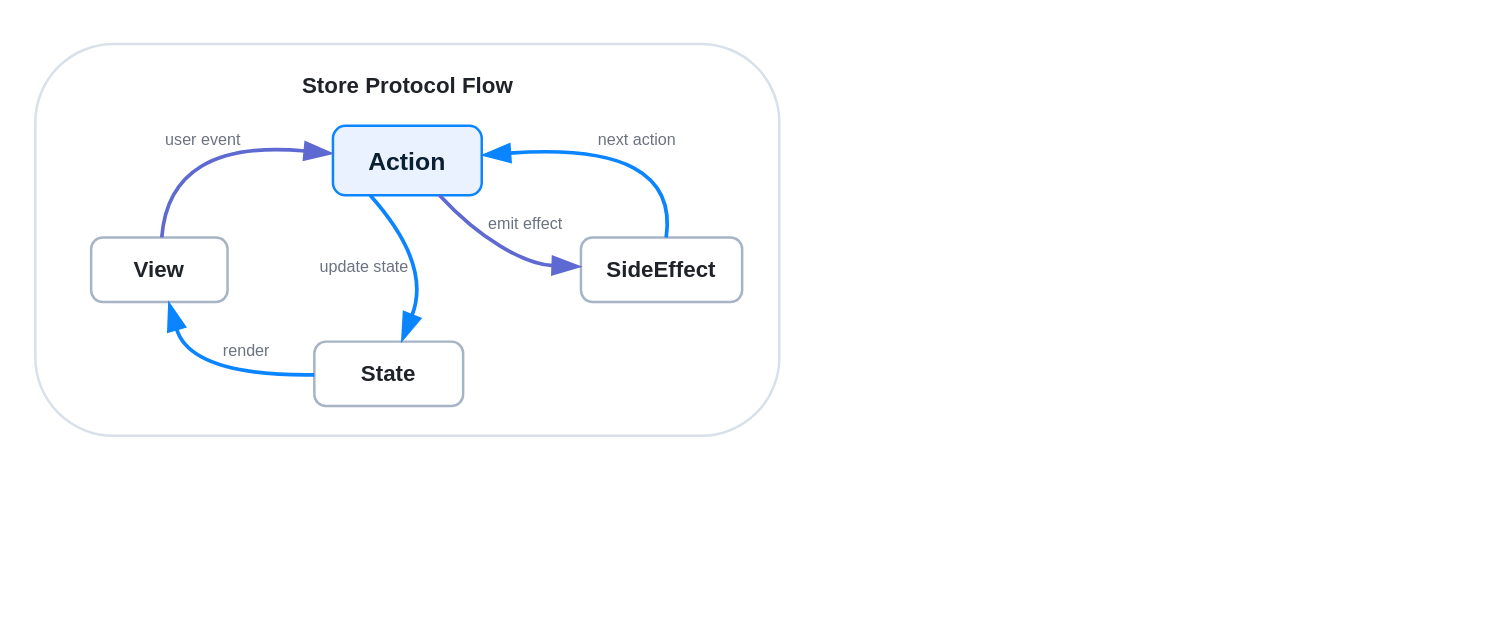
The draw.io diagram page "Store Protocol" (1 of 7) of docs/DevLog.drawio in opficdev/DevLog_iOS, before the edit. Source tidied: cells renumbered, new cells numbered last; positions are measured from the earlier drawing's top-left corner, leaving out a move shared by most shapes. Both pictures are drawn from the tidied source at 124%, with x=0, y=0 at pixel (35, 43).
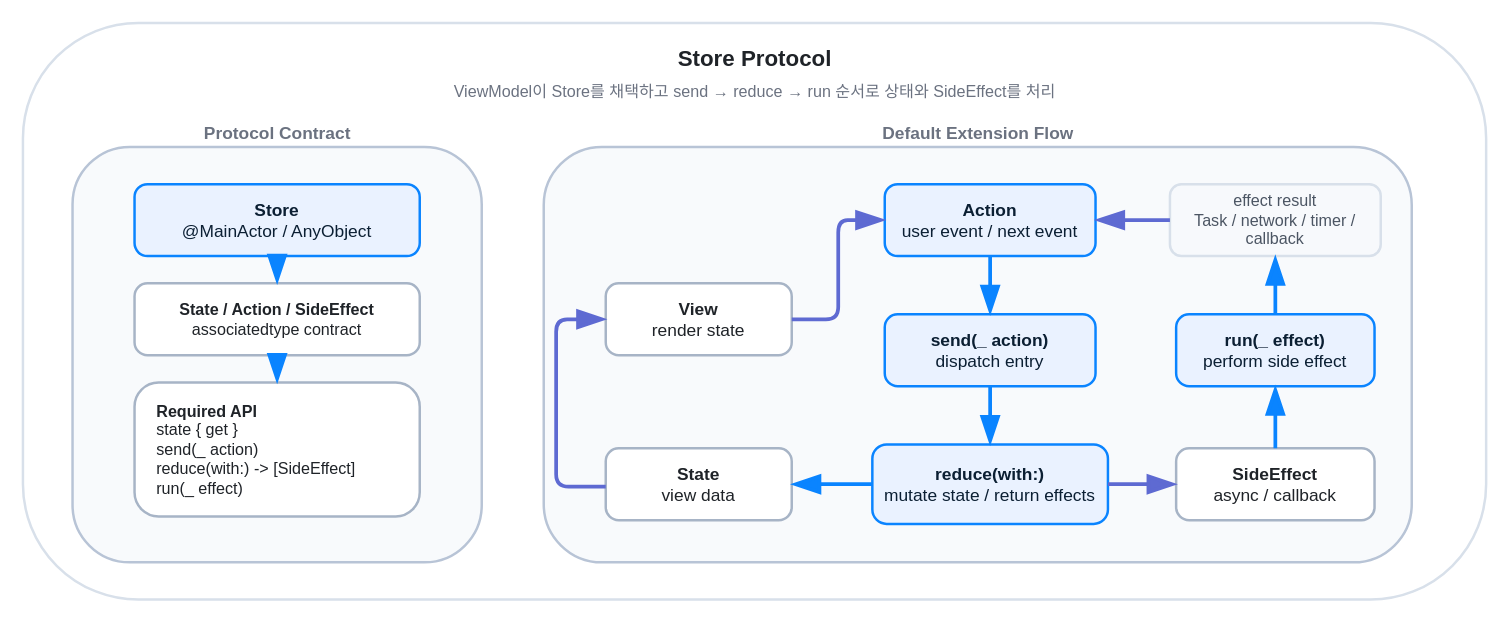
The same page after the edit.

The edit, as a diff of the source:
```diff
@@
-    <mxCell id="2" style="rounded=1;arcSize=20;whiteSpace=wrap;html=1;fillColor=#FFFFFF;strokeColor=#D8E0EA;strokeWidth=2;" parent="1" vertex="1">
-      <mxGeometry width="600" height="316" as="geometry" />
-    </mxCell>
-    <mxCell id="3" value="Store Protocol Flow" style="text;html=1;strokeColor=none;fillColor=none;align=center;verticalAlign=middle;fontSize=18;fontStyle=1;fontColor=#1F2328;" parent="1" vertex="1">
-      <mxGeometry x="150" y="20" width="300" height="28" as="geometry" />
-    </mxCell>
-    <mxCell id="4" value="Action" style="rounded=1;arcSize=18;whiteSpace=wrap;html=1;fillColor=#EAF2FF;strokeColor=#0A84FF;strokeWidth=2;fontColor=#0B1F33;fontStyle=1;fontSize=20;" parent="1" vertex="1">
-      <mxGeometry x="240" y="66" width="120" height="56" as="geometry" />
-    </mxCell>
-    <mxCell id="5" value="View" style="rounded=1;arcSize=18;whiteSpace=wrap;html=1;fillColor=#FFFFFF;strokeColor=#A7B4C6;strokeWidth=2;fontColor=#1F2328;fontStyle=1;fontSize=18;" parent="1" vertex="1">
-      <mxGeometry x="45" y="156" width="110" height="52" as="geometry" />
-    </mxCell>
-    <mxCell id="6" value="State" style="rounded=1;arcSize=18;whiteSpace=wrap;html=1;fillColor=#FFFFFF;strokeColor=#A7B4C6;strokeWidth=2;fontColor=#1F2328;fontStyle=1;fontSize=18;" parent="1" vertex="1">
-      <mxGeometry x="225" y="240" width="120" height="52" as="geometry" />
-    </mxCell>
-    <mxCell id="7" value="SideEffect" style="rounded=1;arcSize=18;whiteSpace=wrap;html=1;fillColor=#FFFFFF;strokeColor=#A7B4C6;strokeWidth=2;fontColor=#1F2328;fontStyle=1;fontSize=18;" parent="1" vertex="1">
-      <mxGeometry x="440" y="156" width="130" height="52" as="geometry" />
-    </mxCell>
-    <mxCell id="8" value="render" style="text;html=1;strokeColor=none;fillColor=none;align=center;verticalAlign=middle;fontSize=13;fontColor=#6B7280;" parent="1" vertex="1">
-      <mxGeometry x="130" y="236" width="80" height="22" as="geometry" />
-    </mxCell>
-    <mxCell id="9" value="user event" style="text;html=1;strokeColor=none;fillColor=none;align=center;verticalAlign=middle;fontSize=13;fontColor=#6B7280;" parent="1" vertex="1">
-      <mxGeometry x="80" y="66" width="110" height="22" as="geometry" />
-    </mxCell>
-    <mxCell id="10" value="update state" style="text;html=1;strokeColor=none;fillColor=none;align=center;verticalAlign=middle;fontSize=13;fontColor=#6B7280;" parent="1" vertex="1">
-      <mxGeometry x="210" y="168" width="110" height="22" as="geometry" />
-    </mxCell>
-    <mxCell id="11" value="emit effect" style="text;html=1;strokeColor=none;fillColor=none;align=center;verticalAlign=middle;fontSize=13;fontColor=#6B7280;" parent="1" vertex="1">
-      <mxGeometry x="340" y="134" width="110" height="22" as="geometry" />
-    </mxCell>
-    <mxCell id="12" value="next action" style="text;html=1;strokeColor=none;fillColor=none;align=center;verticalAlign=middle;fontSize=13;fontColor=#6B7280;" parent="1" vertex="1">
-      <mxGeometry x="430" y="66" width="110" height="22" as="geometry" />
-    </mxCell>
-    <mxCell id="13" style="curved=1;endArrow=blockThin;endFill=1;endSize=16;html=1;rounded=1;strokeColor=#0A84FF;strokeWidth=3;" parent="1" edge="1" source="6" target="5">
-      <mxGeometry relative="1" as="geometry">
-        <Array as="points">
-          <mxPoint x="125" y="268" />
-        </Array>
-      </mxGeometry>
-    </mxCell>
-    <mxCell id="14" style="curved=1;endArrow=blockThin;endFill=1;endSize=16;html=1;rounded=1;strokeColor=#5E6AD2;strokeWidth=3;" parent="1" edge="1" source="5" target="4">
-      <mxGeometry relative="1" as="geometry">
-        <Array as="points">
-          <mxPoint x="108" y="76" />
-        </Array>
-      </mxGeometry>
-    </mxCell>
-    <mxCell id="15" style="curved=1;endArrow=blockThin;endFill=1;endSize=16;html=1;rounded=1;strokeColor=#0A84FF;strokeWidth=3;exitX=0.25;exitY=1;exitDx=0;exitDy=0;" parent="1" edge="1" source="4" target="6">
-      <mxGeometry relative="1" as="geometry">
-        <Array as="points">
-          <mxPoint x="320" y="178" />
-        </Array>
-      </mxGeometry>
-    </mxCell>
-    <mxCell id="16" style="curved=1;endArrow=blockThin;endFill=1;endSize=16;html=1;rounded=1;strokeColor=#5E6AD2;strokeWidth=3;" parent="1" edge="1" source="4" target="7">
-      <mxGeometry relative="1" as="geometry">
-        <Array as="points">
-          <mxPoint x="350" y="148" />
-          <mxPoint x="400" y="178" />
-        </Array>
-      </mxGeometry>
-    </mxCell>
-    <mxCell id="17" style="curved=1;endArrow=blockThin;endFill=1;endSize=16;html=1;rounded=1;strokeColor=#0A84FF;strokeWidth=3;" parent="1" edge="1" source="7" target="4">
-      <mxGeometry relative="1" as="geometry">
-        <Array as="points">
-          <mxPoint x="520" y="78" />
-        </Array>
-      </mxGeometry>
-    </mxCell>
+    <mxCell id="18" style="rounded=1;arcSize=20;whiteSpace=wrap;html=1;fillColor=#FFFFFF;strokeColor=#D8E0EA;strokeWidth=2;align=center;" parent="1" vertex="1">
+      <mxGeometry x="-10" y="-17" width="1180" height="465" as="geometry" />
+    </mxCell>
+    <mxCell id="19" value="Store Protocol" style="text;html=1;strokeColor=none;fillColor=none;align=center;verticalAlign=middle;fontSize=18;fontStyle=1;fontColor=#1F2328;" parent="1" vertex="1">
+      <mxGeometry x="420" y="-2" width="320" height="28" as="geometry" />
+    </mxCell>
+    <mxCell id="20" value="ViewModel이 Store를 채택하고 send → reduce → run 순서로 상태와 SideEffect를 처리" style="text;html=1;strokeColor=none;fillColor=none;align=center;verticalAlign=middle;fontSize=13;fontStyle=0;fontColor=#6B7280;" parent="1" vertex="1">
+      <mxGeometry x="230" y="28" width="700" height="20" as="geometry" />
+    </mxCell>
+    <mxCell id="21" style="rounded=1;arcSize=14;whiteSpace=wrap;html=1;fillColor=#F8FAFC;strokeColor=#B8C4D6;strokeWidth=2;" parent="1" vertex="1">
+      <mxGeometry x="30" y="83" width="330" height="335" as="geometry" />
+    </mxCell>
+    <mxCell id="22" value="Protocol Contract" style="text;html=1;strokeColor=none;fillColor=none;align=center;verticalAlign=middle;fontSize=14;fontStyle=1;fontColor=#6B7280;" parent="1" vertex="1">
+      <mxGeometry x="105" y="61" width="180" height="22" as="geometry" />
+    </mxCell>
+    <mxCell id="23" style="rounded=1;arcSize=14;whiteSpace=wrap;html=1;fillColor=#F8FAFC;strokeColor=#B8C4D6;strokeWidth=2;" parent="1" vertex="1">
+      <mxGeometry x="410" y="83" width="700" height="335" as="geometry" />
+    </mxCell>
+    <mxCell id="24" value="Default Extension Flow" style="text;html=1;strokeColor=none;fillColor=none;align=center;verticalAlign=middle;fontSize=14;fontStyle=1;fontColor=#6B7280;" parent="1" vertex="1">
+      <mxGeometry x="650" y="61" width="220" height="22" as="geometry" />
+    </mxCell>
+    <mxCell id="25" value="&lt;b&gt;Store&lt;/b&gt;&lt;br&gt;&lt;span style=&quot;font-weight: normal;&quot;&gt;@MainActor / AnyObject&lt;/span&gt;" style="rounded=1;arcSize=18;whiteSpace=wrap;html=1;fillColor=#EAF2FF;strokeColor=#0A84FF;strokeWidth=2;fontColor=#0B1F33;fontSize=14;align=center;" parent="1" vertex="1">
+      <mxGeometry x="80" y="113" width="230" height="58" as="geometry" />
+    </mxCell>
+    <mxCell id="26" value="&lt;b&gt;State / Action / SideEffect&lt;/b&gt;&lt;br&gt;&lt;span style=&quot;font-weight: normal;&quot;&gt;associatedtype contract&lt;/span&gt;" style="rounded=1;arcSize=18;whiteSpace=wrap;html=1;fillColor=#FFFFFF;strokeColor=#A7B4C6;strokeWidth=2;fontColor=#1F2328;fontSize=13;align=center;" parent="1" vertex="1">
+      <mxGeometry x="80" y="193" width="230" height="58" as="geometry" />
+    </mxCell>
+    <mxCell id="27" value="&lt;b&gt;Required API&lt;/b&gt;&lt;br&gt;&lt;span style=&quot;font-weight: normal;&quot;&gt;state { get }&lt;br&gt;send(_ action)&lt;br&gt;reduce(with:) -&amp;gt; [SideEffect]&lt;br&gt;run(_ effect)&lt;/span&gt;" style="rounded=1;arcSize=18;whiteSpace=wrap;html=1;fillColor=#FFFFFF;strokeColor=#A7B4C6;strokeWidth=2;fontColor=#1F2328;fontSize=13;align=left;spacingLeft=16;" parent="1" vertex="1">
+      <mxGeometry x="80" y="273" width="230" height="108" as="geometry" />
+    </mxCell>
+    <mxCell id="28" value="&lt;b&gt;View&lt;/b&gt;&lt;br&gt;&lt;span style=&quot;font-weight: normal;&quot;&gt;render state&lt;/span&gt;" style="rounded=1;arcSize=18;whiteSpace=wrap;html=1;fillColor=#FFFFFF;strokeColor=#A7B4C6;strokeWidth=2;fontColor=#1F2328;fontSize=14;align=center;" parent="1" vertex="1">
+      <mxGeometry x="460" y="193" width="150" height="58" as="geometry" />
+    </mxCell>
+    <mxCell id="29" value="&lt;b&gt;Action&lt;/b&gt;&lt;br&gt;&lt;span style=&quot;font-weight: normal;&quot;&gt;user event / next event&lt;/span&gt;" style="rounded=1;arcSize=18;whiteSpace=wrap;html=1;fillColor=#EAF2FF;strokeColor=#0A84FF;strokeWidth=2;fontColor=#0B1F33;fontSize=14;align=center;" parent="1" vertex="1">
+      <mxGeometry x="685" y="113" width="170" height="58" as="geometry" />
+    </mxCell>
+    <mxCell id="30" value="&lt;b&gt;send(_ action)&lt;/b&gt;&lt;br&gt;&lt;span style=&quot;font-weight: normal;&quot;&gt;dispatch entry&lt;/span&gt;" style="rounded=1;arcSize=18;whiteSpace=wrap;html=1;fillColor=#EAF2FF;strokeColor=#0A84FF;strokeWidth=2;fontColor=#0B1F33;fontSize=14;align=center;" parent="1" vertex="1">
+      <mxGeometry x="685" y="218" width="170" height="58" as="geometry" />
+    </mxCell>
+    <mxCell id="31" value="&lt;b&gt;reduce(with:)&lt;/b&gt;&lt;br&gt;&lt;span style=&quot;font-weight: normal;&quot;&gt;mutate state / return effects&lt;/span&gt;" style="rounded=1;arcSize=18;whiteSpace=wrap;html=1;fillColor=#EAF2FF;strokeColor=#0A84FF;strokeWidth=2;fontColor=#0B1F33;fontSize=14;align=center;" parent="1" vertex="1">
+      <mxGeometry x="675" y="323" width="190" height="64" as="geometry" />
+    </mxCell>
+    <mxCell id="32" value="&lt;b&gt;State&lt;/b&gt;&lt;br&gt;&lt;span style=&quot;font-weight: normal;&quot;&gt;view data&lt;/span&gt;" style="rounded=1;arcSize=18;whiteSpace=wrap;html=1;fillColor=#FFFFFF;strokeColor=#A7B4C6;strokeWidth=2;fontColor=#1F2328;fontSize=14;align=center;" parent="1" vertex="1">
+      <mxGeometry x="460" y="326" width="150" height="58" as="geometry" />
+    </mxCell>
+    <mxCell id="33" value="&lt;b&gt;SideEffect&lt;/b&gt;&lt;br&gt;&lt;span style=&quot;font-weight: normal;&quot;&gt;async / callback&lt;/span&gt;" style="rounded=1;arcSize=18;whiteSpace=wrap;html=1;fillColor=#FFFFFF;strokeColor=#A7B4C6;strokeWidth=2;fontColor=#1F2328;fontSize=14;align=center;" parent="1" vertex="1">
+      <mxGeometry x="920" y="326" width="160" height="58" as="geometry" />
+    </mxCell>
+    <mxCell id="34" value="&lt;b&gt;run(_ effect)&lt;/b&gt;&lt;br&gt;&lt;span style=&quot;font-weight: normal;&quot;&gt;perform side effect&lt;/span&gt;" style="rounded=1;arcSize=18;whiteSpace=wrap;html=1;fillColor=#EAF2FF;strokeColor=#0A84FF;strokeWidth=2;fontColor=#0B1F33;fontSize=14;align=center;" parent="1" vertex="1">
+      <mxGeometry x="920" y="218" width="160" height="58" as="geometry" />
+    </mxCell>
+    <mxCell id="35" value="effect result&lt;br&gt;Task / network / timer / callback" style="rounded=1;arcSize=16;whiteSpace=wrap;html=1;fillColor=#F7F9FC;strokeColor=#D8E0EA;strokeWidth=2;fontColor=#4B5563;fontSize=13;fontStyle=0;align=center;" parent="1" vertex="1">
+      <mxGeometry x="915" y="113" width="170" height="58" as="geometry" />
+    </mxCell>
+    <mxCell id="36" style="endArrow=blockThin;endFill=1;endSize=16;html=1;rounded=1;strokeColor=#0A84FF;strokeWidth=3;align=center;" parent="1" edge="1" source="25" target="26">
+      <mxGeometry relative="1" as="geometry" />
+    </mxCell>
+    <mxCell id="37" style="endArrow=blockThin;endFill=1;endSize=16;html=1;rounded=1;strokeColor=#0A84FF;strokeWidth=3;align=center;" parent="1" edge="1" source="26" target="27">
+      <mxGeometry relative="1" as="geometry" />
+    </mxCell>
+    <mxCell id="38" style="endArrow=blockThin;endFill=1;endSize=16;html=1;rounded=1;strokeColor=#5E6AD2;strokeWidth=3;align=center;edgeStyle=orthogonalEdgeStyle;entryX=0;entryY=0.5;entryDx=0;entryDy=0;" parent="1" edge="1" source="28" target="29">
+      <mxGeometry relative="1" as="geometry" />
+    </mxCell>
+    <mxCell id="39" style="endArrow=blockThin;endFill=1;endSize=16;html=1;rounded=1;strokeColor=#0A84FF;strokeWidth=3;align=center;" parent="1" edge="1" source="29" target="30">
+      <mxGeometry relative="1" as="geometry" />
+    </mxCell>
+    <mxCell id="40" style="endArrow=blockThin;endFill=1;endSize=16;html=1;rounded=1;strokeColor=#0A84FF;strokeWidth=3;align=center;" parent="1" edge="1" source="30" target="31">
+      <mxGeometry relative="1" as="geometry" />
+    </mxCell>
+    <mxCell id="41" style="endArrow=blockThin;endFill=1;endSize=16;html=1;rounded=1;strokeColor=#0A84FF;strokeWidth=3;align=center;edgeStyle=orthogonalEdgeStyle;" parent="1" edge="1" source="31" target="32">
+      <mxGeometry relative="1" as="geometry" />
+    </mxCell>
+    <mxCell id="42" style="endArrow=blockThin;endFill=1;endSize=16;html=1;rounded=1;strokeColor=#5E6AD2;strokeWidth=3;align=center;edgeStyle=orthogonalEdgeStyle;" parent="1" edge="1" source="32" target="28">
+      <mxGeometry relative="1" as="geometry">
+        <Array as="points">
+          <mxPoint x="420" y="357" />
+          <mxPoint x="420" y="222" />
+        </Array>
+      </mxGeometry>
+    </mxCell>
+    <mxCell id="43" style="endArrow=blockThin;endFill=1;endSize=16;html=1;rounded=1;strokeColor=#5E6AD2;strokeWidth=3;align=center;" parent="1" edge="1" source="31" target="33">
+      <mxGeometry relative="1" as="geometry" />
+    </mxCell>
+    <mxCell id="44" style="endArrow=blockThin;endFill=1;endSize=16;html=1;rounded=1;strokeColor=#0A84FF;strokeWidth=3;align=center;" parent="1" edge="1" source="33" target="34">
+      <mxGeometry relative="1" as="geometry" />
+    </mxCell>
+    <mxCell id="45" style="endArrow=blockThin;endFill=1;endSize=16;html=1;rounded=1;strokeColor=#0A84FF;strokeWidth=3;align=center;" parent="1" edge="1" source="34" target="35">
+      <mxGeometry relative="1" as="geometry" />
+    </mxCell>
+    <mxCell id="46" style="endArrow=blockThin;endFill=1;endSize=16;html=1;rounded=1;strokeColor=#5E6AD2;strokeWidth=3;align=center;edgeStyle=orthogonalEdgeStyle;" parent="1" edge="1" source="35" target="29">
+      <mxGeometry relative="1" as="geometry" />
+    </mxCell>
```
